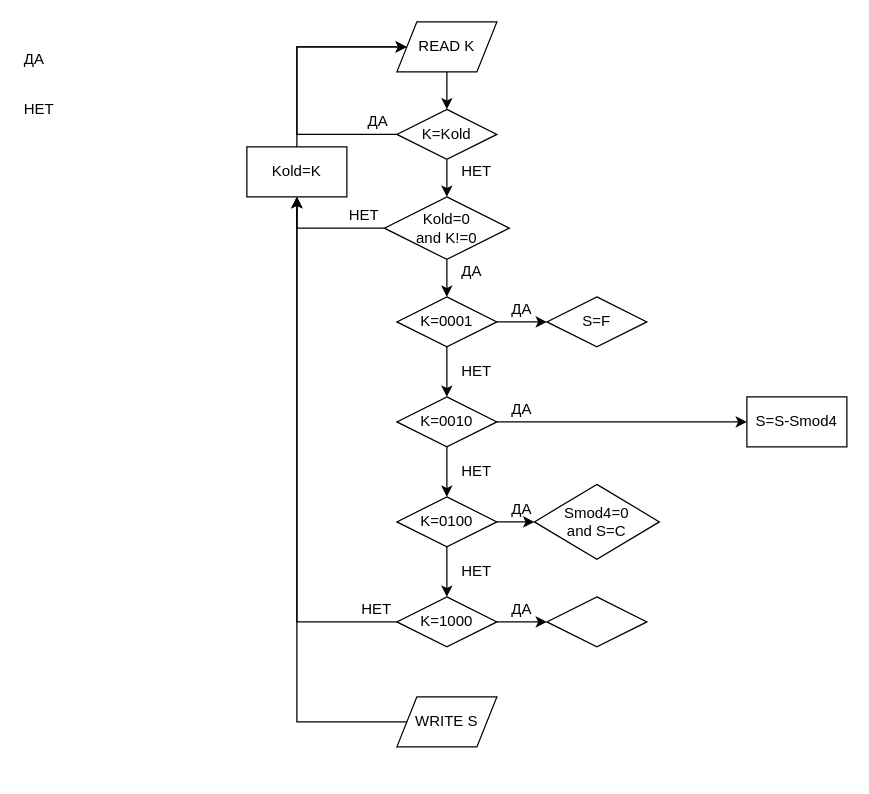
Before: zhopa.drawio in DMfananddu/SP_KR, a draw.io diagram. Source tidied: cells renumbered, new cells numbered last; positions are measured from the earlier drawing's top-left corner, leaving out a move shared by most shapes. Both pictures are drawn from the tidied source at 125%, with x=0, y=0 at pixel (21, 21).
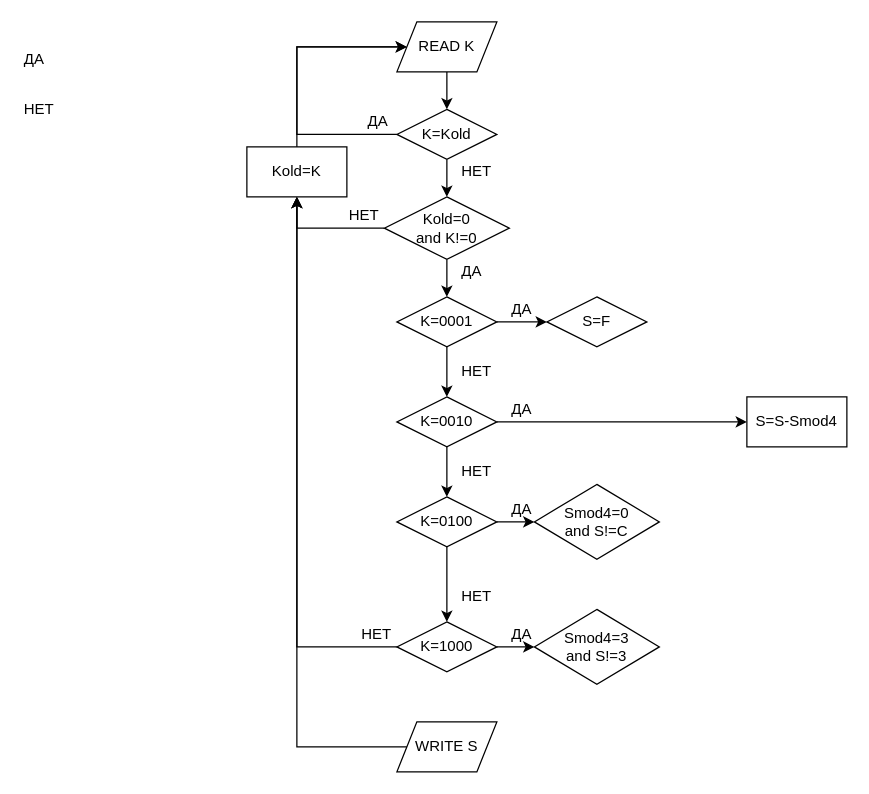
The same page after the edit.

The edit, as a diff of the source:
```diff
@@
-    <mxCell id="30" style="edgeStyle=orthogonalEdgeStyle;rounded=0;jettySize=auto;html=1;exitX=1;exitY=0.5;exitDx=0;exitDy=0;entryX=0;entryY=0.5;entryDx=0;entryDy=0;" parent="1" edge="1" source="31" target="39">
+    <mxCell id="30" style="edgeStyle=orthogonalEdgeStyle;rounded=0;jettySize=auto;html=1;exitX=1;exitY=0.5;exitDx=0;exitDy=0;entryX=0;entryY=0.5;entryDx=0;entryDy=0;" parent="1" edge="1" source="31" target="44">
       <mxGeometry relative="1" as="geometry" />
     </mxCell>
     <mxCell id="31" value="K=1000" style="rhombus;whiteSpace=wrap;html=1;" parent="1" vertex="1">
-      <mxGeometry x="300" y="460" width="80" height="40" as="geometry" />
+      <mxGeometry x="300" y="480" width="80" height="40" as="geometry" />
     </mxCell>
     <mxCell id="32" value="НЕТ" style="text;html=1;align=left;verticalAlign=top;spacingTop=-4;" parent="1" vertex="1">
-      <mxGeometry x="350" y="430" width="40" height="20" as="geometry" />
+      <mxGeometry x="350" y="450" width="40" height="20" as="geometry" />
     </mxCell>
     <mxCell id="33" value="НЕТ" style="text;html=1;align=left;verticalAlign=top;spacingTop=-4;" parent="1" vertex="1">
-      <mxGeometry x="270" y="460" width="40" height="20" as="geometry" />
+      <mxGeometry x="270" y="480" width="40" height="20" as="geometry" />
     </mxCell>
@@
     <mxCell id="35" value="WRITE S" style="shape=parallelogram;perimeter=parallelogramPerimeter;whiteSpace=wrap;html=1;" parent="1" vertex="1">
-      <mxGeometry x="300" y="540" width="80" height="40" as="geometry" />
+      <mxGeometry x="300" y="560" width="80" height="40" as="geometry" />
     </mxCell>
@@
-    <mxCell id="38" value="Smod4=0&lt;br&gt;and S=C" style="rhombus;whiteSpace=wrap;html=1;" parent="1" vertex="1">
+    <mxCell id="38" value="Smod4=0&lt;br&gt;and S!=C" style="rhombus;whiteSpace=wrap;html=1;" parent="1" vertex="1">
       <mxGeometry x="410" y="370" width="100" height="60" as="geometry" />
     </mxCell>
-    <mxCell id="39" style="rhombus;whiteSpace=wrap;html=1;" parent="1" vertex="1">
-      <mxGeometry x="420" y="460" width="80" height="40" as="geometry" />
-    </mxCell>
@@
     <mxCell id="43" value="ДА" style="text;html=1;align=left;verticalAlign=top;spacingTop=-4;" parent="1" vertex="1">
-      <mxGeometry x="390" y="460" width="30" height="20" as="geometry" />
+      <mxGeometry x="390" y="480" width="30" height="20" as="geometry" />
     </mxCell>
+    <mxCell id="44" value="Smod4=3&lt;br&gt;and S!=3" style="rhombus;whiteSpace=wrap;html=1;" parent="1" vertex="1">
+      <mxGeometry x="410" y="470" width="100" height="60" as="geometry" />
+    </mxCell>
```
